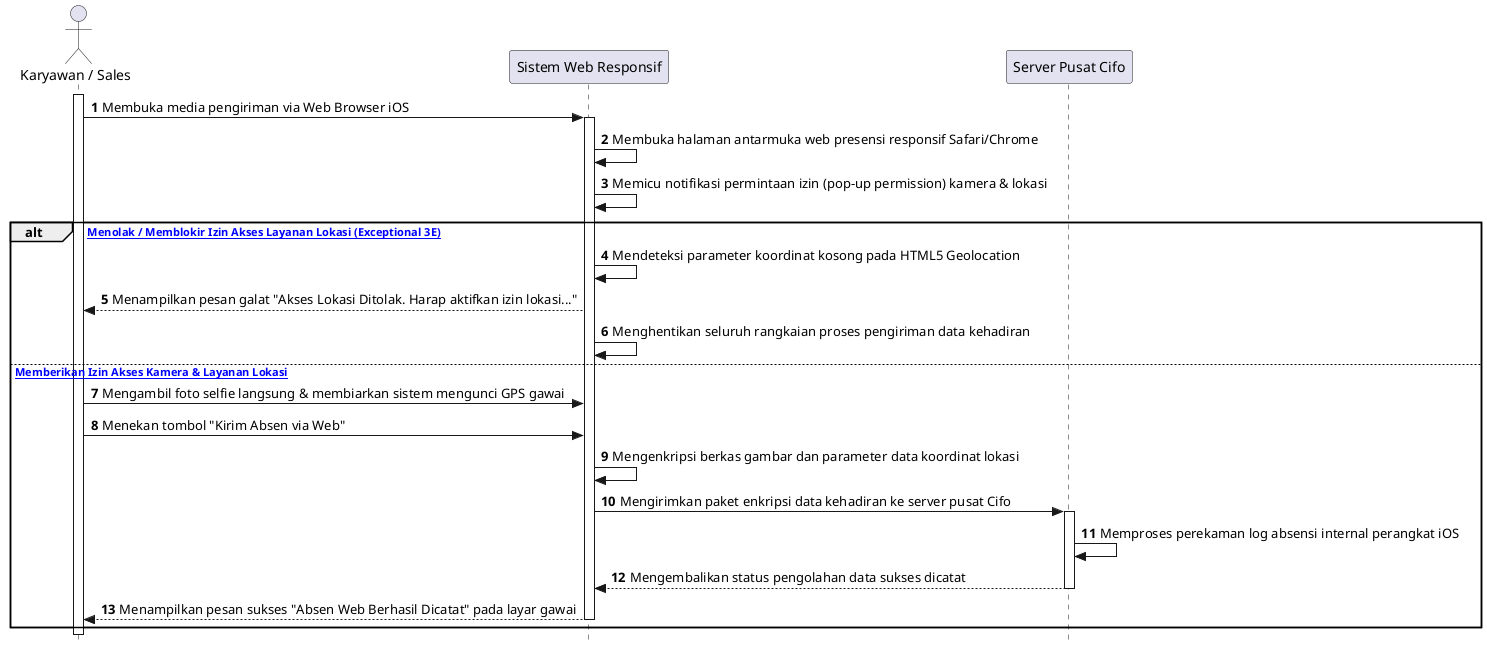
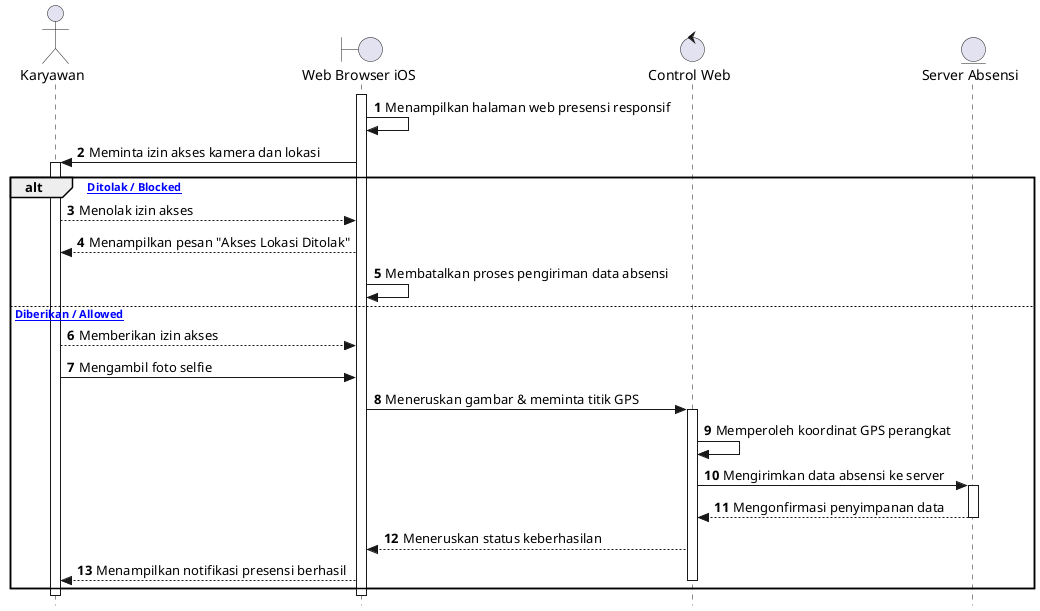
@startuml
autonumber
skinparam style strictuml

- actor "Karyawan / Sales" as User
- participant "Sistem Web Responsif" as Web
- participant "Server Pusat Cifo" as Server
+ actor Karyawan
+ boundary "Web Browser iOS" as Form
+ control "Control Web" as Ctrl
+ entity "Server Absensi" as DB

- activate User
- User -> Web: Membuka media pengiriman via Web Browser iOS
- activate Web
- Web -> Web: Membuka halaman antarmuka web presensi responsif Safari/Chrome
- Web -> Web: Memicu notifikasi permintaan izin (pop-up permission) kamera & lokasi
+ activate Form
+ Form -> Form: Menampilkan halaman web presensi responsif
+ Form -> Karyawan: Meminta izin akses kamera dan lokasi

- alt [User Menolak / Memblokir Izin Akses Layanan Lokasi (Exceptional 3E)]
-     Web -> Web: Mendeteksi parameter koordinat kosong pada HTML5 Geolocation
-     Web --> User: Menampilkan pesan galat "Akses Lokasi Ditolak. Harap aktifkan izin lokasi..."
-     Web -> Web: Menghentikan seluruh rangkaian proses pengiriman data kehadiran
- else [User Memberikan Izin Akses Kamera & Layanan Lokasi]
-     User -> Web: Mengambil foto selfie langsung & membiarkan sistem mengunci GPS gawai
-     User -> Web: Menekan tombol "Kirim Absen via Web"
-     Web -> Web: Mengenkripsi berkas gambar dan parameter data koordinat lokasi
-     Web -> Server: Mengirimkan paket enkripsi data kehadiran ke server pusat Cifo
-     activate Server
-     Server -> Server: Memproses perekaman log absensi internal perangkat iOS
-     Server --> Web: Mengembalikan status pengolahan data sukses dicatat
-     deactivate Server
-     Web --> User: Menampilkan pesan sukses "Absen Web Berhasil Dicatat" pada layar gawai
-     deactivate Web
+ activate Karyawan
+ alt [Izin Ditolak / Blocked]
+     Karyawan --> Form: Menolak izin akses
+     Form --> Karyawan: Menampilkan pesan "Akses Lokasi Ditolak"
+     Form -> Form: Membatalkan proses pengiriman data absensi
+ else [Izin Diberikan / Allowed]
+     Karyawan --> Form: Memberikan izin akses
+     Karyawan -> Form: Mengambil foto selfie
+     Form -> Ctrl: Meneruskan gambar & meminta titik GPS
+     activate Ctrl
+     Ctrl -> Ctrl: Memperoleh koordinat GPS perangkat
+     Ctrl -> DB: Mengirimkan data absensi ke server
+     activate DB
+     DB --> Ctrl: Mengonfirmasi penyimpanan data
+     deactivate DB
+     Ctrl --> Form: Meneruskan status keberhasilan
+     Form --> Karyawan: Menampilkan notifikasi presensi berhasil
+     deactivate Ctrl
end

- deactivate User
+ deactivate Form
+ deactivate Karyawan
@enduml